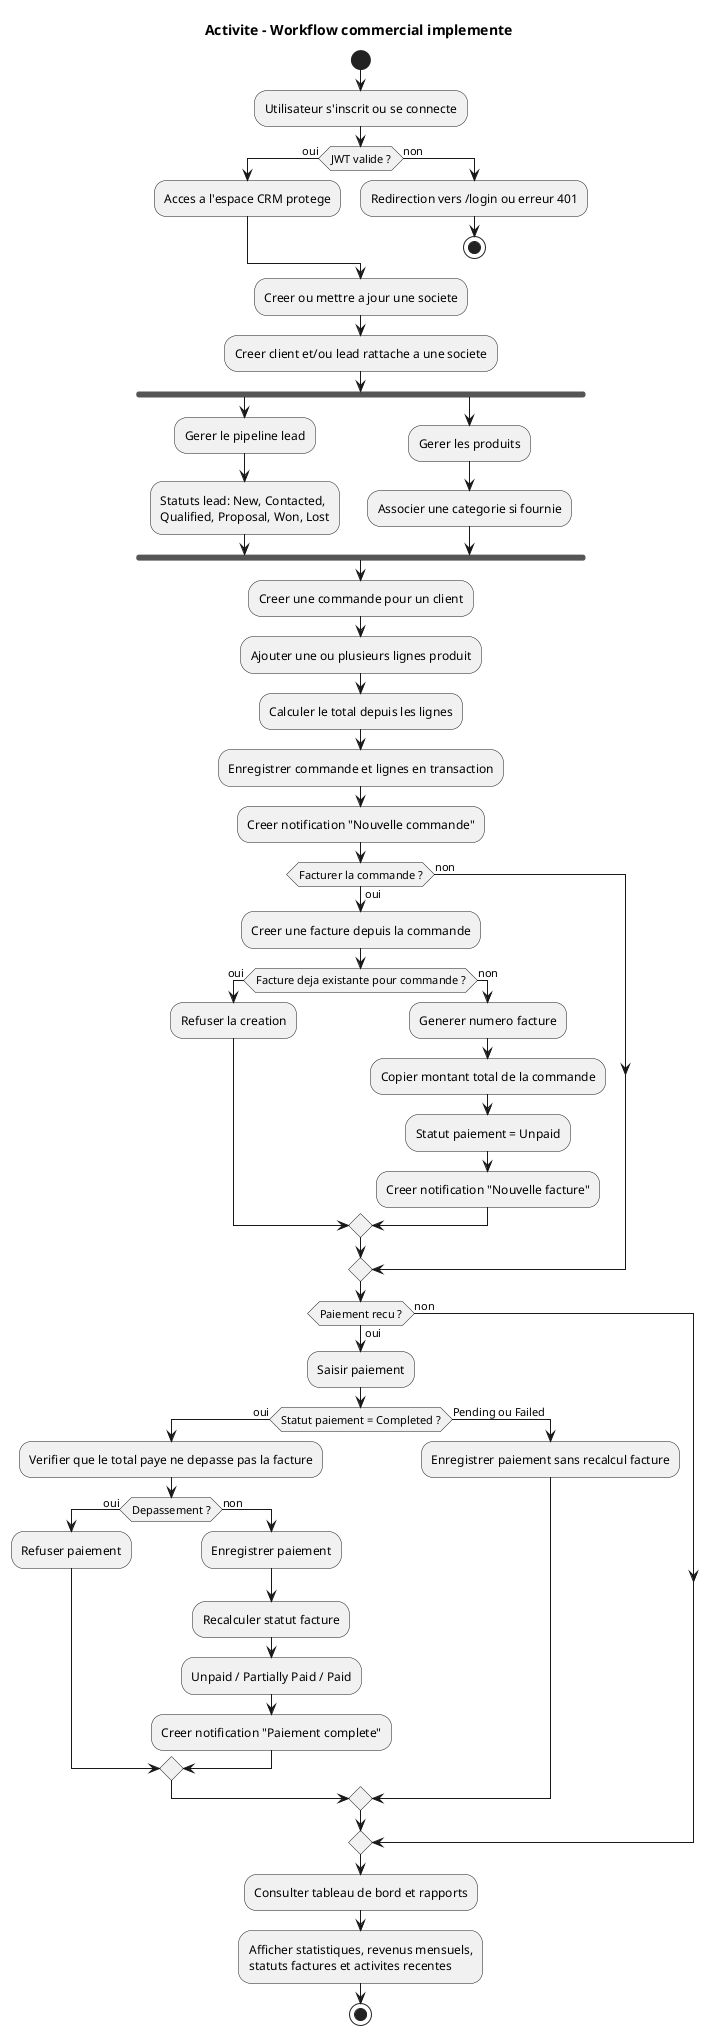
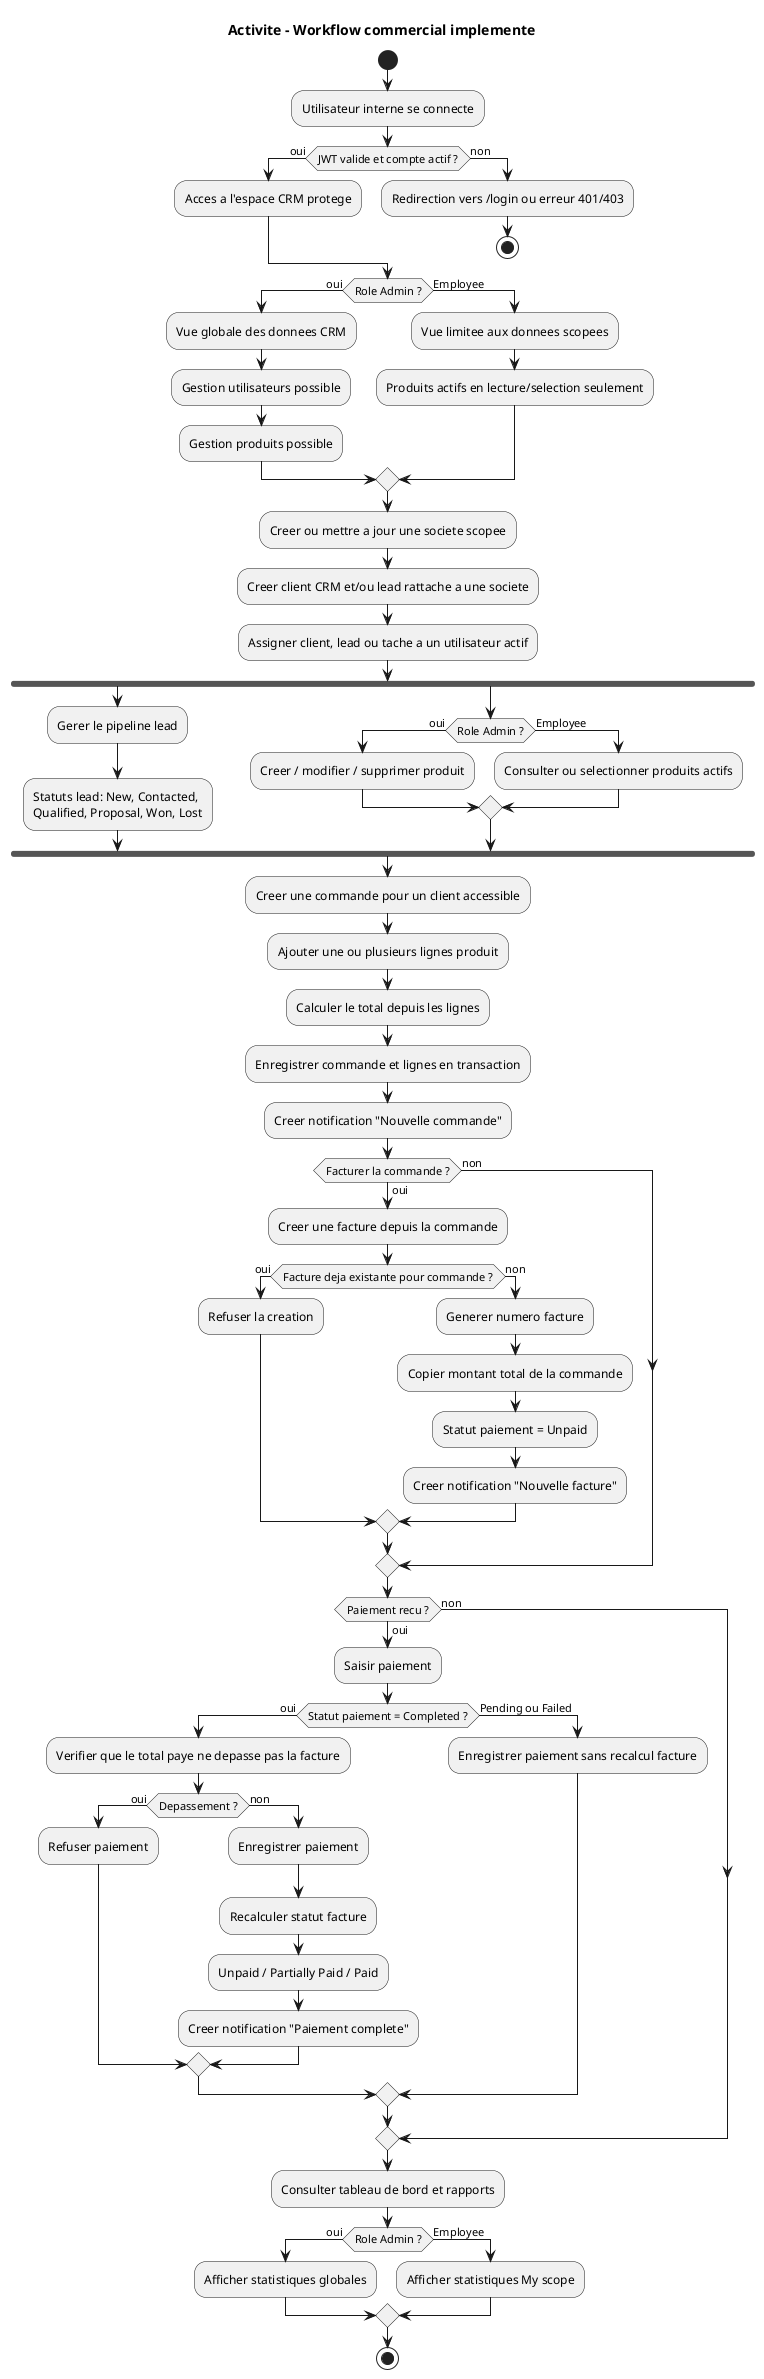
@startuml
title Activite - Workflow commercial implemente
start

- :Utilisateur s'inscrit ou se connecte;
- if (JWT valide ?) then (oui)
+ :Utilisateur interne se connecte;
+ if (JWT valide et compte actif ?) then (oui)
  :Acces a l'espace CRM protege;
else (non)
-   :Redirection vers /login ou erreur 401;
+   :Redirection vers /login ou erreur 401/403;
  stop
endif

- :Creer ou mettre a jour une societe;
- :Creer client et/ou lead rattache a une societe;
+ if (Role Admin ?) then (oui)
+   :Vue globale des donnees CRM;
+   :Gestion utilisateurs possible;
+   :Gestion produits possible;
+ else (Employee)
+   :Vue limitee aux donnees scopees;
+   :Produits actifs en lecture/selection seulement;
+ endif
+ 
+ :Creer ou mettre a jour une societe scopee;
+ :Creer client CRM et/ou lead rattache a une societe;
+ :Assigner client, lead ou tache a un utilisateur actif;

fork
  :Gerer le pipeline lead;
  :Statuts lead: New, Contacted,\nQualified, Proposal, Won, Lost;
fork again
-   :Gerer les produits;
-   :Associer une categorie si fournie;
+   if (Role Admin ?) then (oui)
+     :Creer / modifier / supprimer produit;
+   else (Employee)
+     :Consulter ou selectionner produits actifs;
+   endif
end fork

- :Creer une commande pour un client;
+ :Creer une commande pour un client accessible;
:Ajouter une ou plusieurs lignes produit;
:Calculer le total depuis les lignes;
:Enregistrer commande et lignes en transaction;
:Creer notification "Nouvelle commande";

if (Facturer la commande ?) then (oui)
  :Creer une facture depuis la commande;
  if (Facture deja existante pour commande ?) then (oui)
    :Refuser la creation;
  else (non)
    :Generer numero facture;
    :Copier montant total de la commande;
    :Statut paiement = Unpaid;
    :Creer notification "Nouvelle facture";
  endif
else (non)
endif

if (Paiement recu ?) then (oui)
  :Saisir paiement;
  if (Statut paiement = Completed ?) then (oui)
    :Verifier que le total paye ne depasse pas la facture;
    if (Depassement ?) then (oui)
      :Refuser paiement;
    else (non)
      :Enregistrer paiement;
      :Recalculer statut facture;
      :Unpaid / Partially Paid / Paid;
      :Creer notification "Paiement complete";
    endif
  else (Pending ou Failed)
    :Enregistrer paiement sans recalcul facture;
  endif
else (non)
endif

:Consulter tableau de bord et rapports;
- :Afficher statistiques, revenus mensuels,\nstatuts factures et activites recentes;
+ if (Role Admin ?) then (oui)
+   :Afficher statistiques globales;
+ else (Employee)
+   :Afficher statistiques My scope;
+ endif

stop
@enduml
